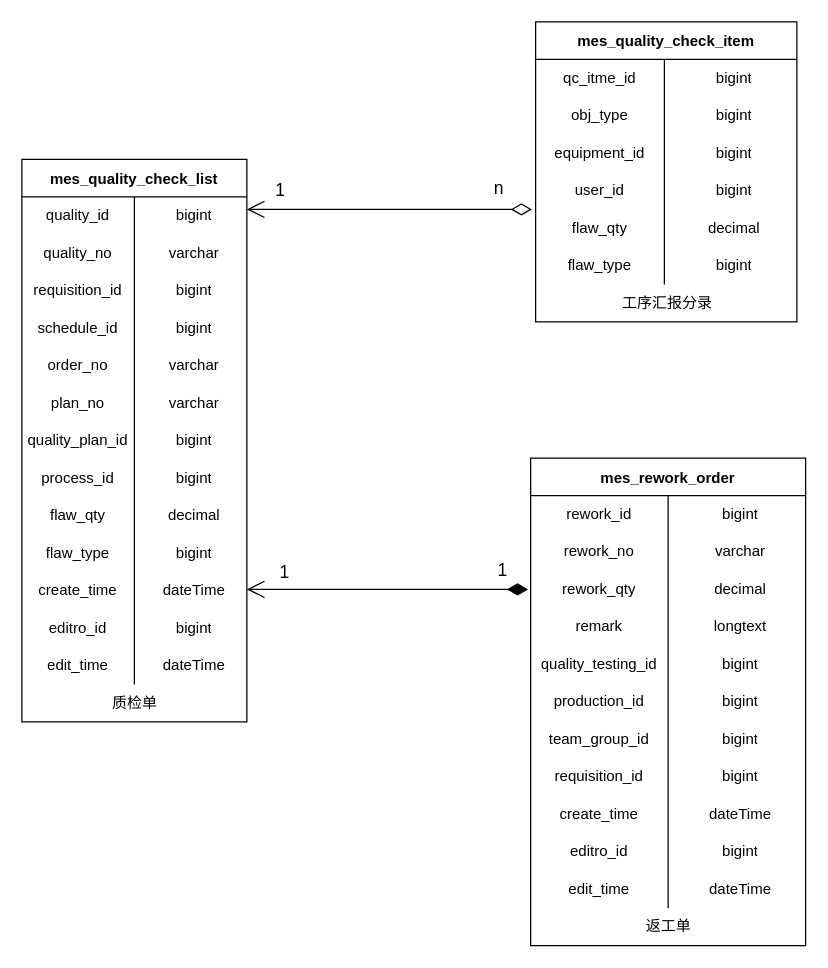
Earlier version of the draw.io diagram page "质检&返工单管理" (2 of 5) of 数据表.drawio (KNAI-I/test). Source tidied: cells renumbered, new cells numbered last; positions are measured from the earlier drawing's top-left corner, leaving out a move shared by most shapes. Both pictures are drawn from the tidied source at 125%, with x=0, y=0 at pixel (21, 21).
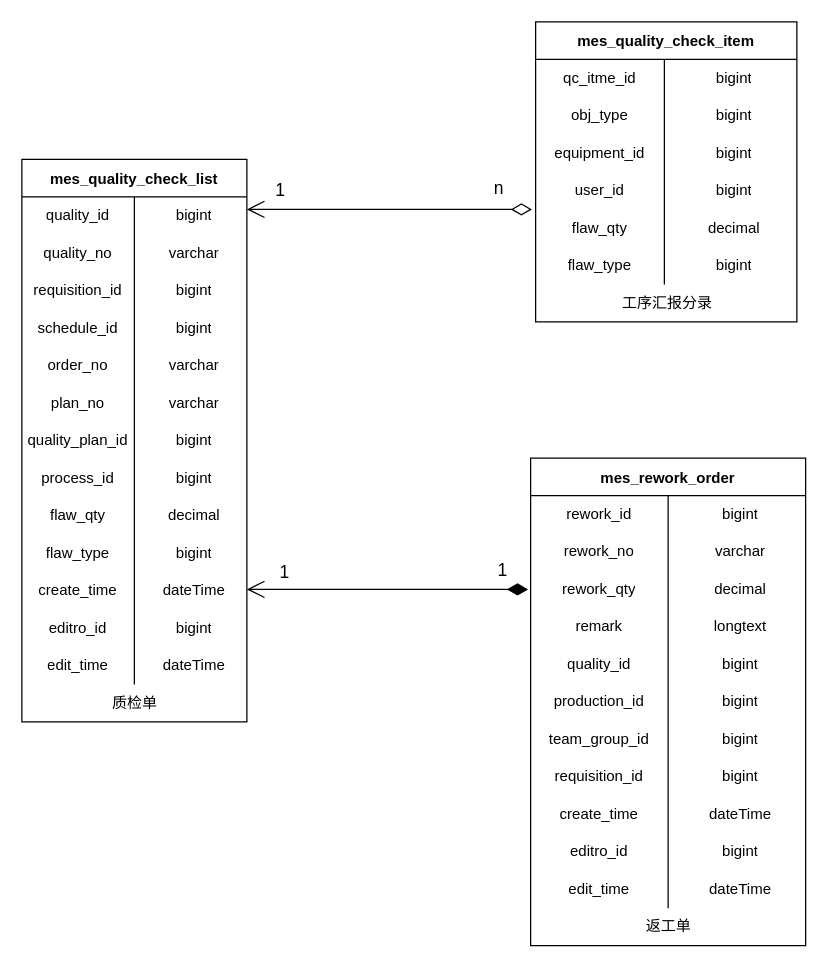
The same diagram, later.

Commit message:
更新数据表.drawio

The change refers to these unchanged cells:
```xml
<mxCell id="56" style="shape=tableRow;horizontal=0;startSize=0;swimlaneHead=0;swimlaneBody=0;top=0;left=0;bottom=0;right=0;fillColor=none;" parent="43" vertex="1">
  <mxGeometry y="150" width="220" height="30" as="geometry" />
</mxCell>
```

What changed in the source:
```diff
@@
-    <mxCell id="57" value="quality_testing_id" style="shape=partialRectangle;html=1;whiteSpace=wrap;fillColor=none;top=0;left=0;bottom=0;right=0;overflow=hidden;" parent="56" vertex="1">
+    <mxCell id="57" value="quality_id" style="shape=partialRectangle;html=1;whiteSpace=wrap;fillColor=none;top=0;left=0;bottom=0;right=0;overflow=hidden;" parent="56" vertex="1">
       <mxGeometry width="110" height="30" as="geometry" />
     </mxCell>
```
